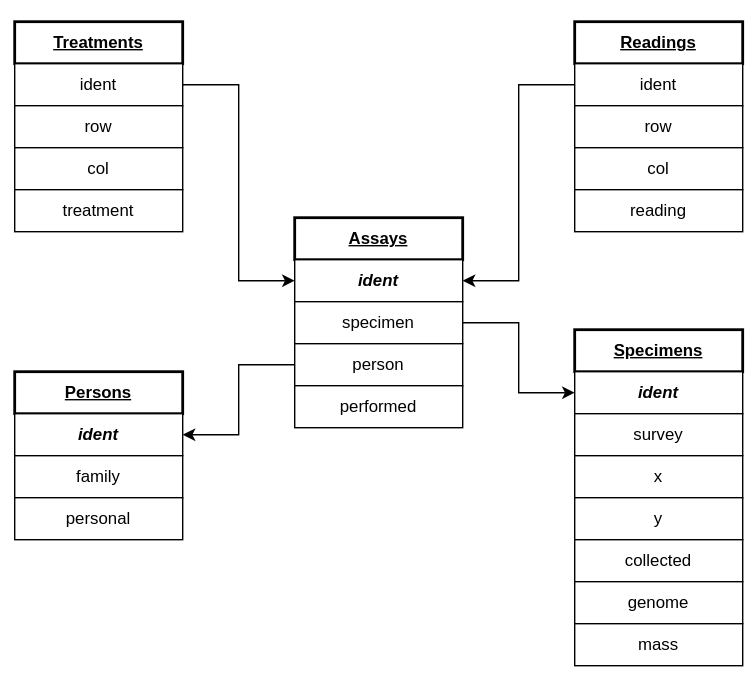
Before: pages/img/schema.svg, a diagram exported from draw.io (gvwilson/snailz). Source tidied: cells renumbered, new cells last; positions are measured from the earlier drawing's top-left corner, leaving out a move shared by most shapes. Source of this version:
```xml
<mxGraphModel>
  <root>
    <mxCell id="0" />
    <mxCell id="1" parent="0" />
    <mxCell id="2" style="rounded=0;whiteSpace=wrap;html=1;strokeColor=none;" parent="1" vertex="1">
      <mxGeometry width="540" height="485" as="geometry" />
    </mxCell>
    <mxCell id="3" value="&lt;b&gt;&lt;u&gt;Persons&lt;/u&gt;&lt;/b&gt;" style="rounded=0;whiteSpace=wrap;html=1;strokeWidth=2;" parent="1" vertex="1">
      <mxGeometry x="10" y="265" width="120" height="30" as="geometry" />
    </mxCell>
    <mxCell id="4" value="&lt;i&gt;&lt;b&gt;ident&lt;/b&gt;&lt;/i&gt;" style="rounded=0;whiteSpace=wrap;html=1;" parent="1" vertex="1">
      <mxGeometry x="10" y="295" width="120" height="30" as="geometry" />
    </mxCell>
    <mxCell id="5" value="family&lt;span style=&quot;color: rgba(0, 0, 0, 0); font-family: monospace; font-size: 0px; text-align: start; text-wrap-mode: nowrap;&quot;&gt;%3CmxGraphModel%3E%3Croot%3E%3CmxCell%20id%3D%220%22%2F%3E%3CmxCell%20id%3D%221%22%20parent%3D%220%22%2F%3E%3CmxCell%20id%3D%222%22%20value%3D%22ident%22%20style%3D%22rounded%3D0%3BwhiteSpace%3Dwrap%3Bhtml%3D1%3B%22%20vertex%3D%221%22%20parent%3D%221%22%3E%3CmxGeometry%20x%3D%22160%22%20y%3D%22150%22%20width%3D%22120%22%20height%3D%2230%22%20as%3D%22geometry%22%2F%3E%3C%2FmxCell%3E%3C%2Froot%3E%3C%2FmxGraphModel%3E&lt;/span&gt;" style="rounded=0;whiteSpace=wrap;html=1;" parent="1" vertex="1">
      <mxGeometry x="10" y="325" width="120" height="30" as="geometry" />
    </mxCell>
    <mxCell id="6" value="personal" style="rounded=0;whiteSpace=wrap;html=1;" parent="1" vertex="1">
      <mxGeometry x="10" y="355" width="120" height="30" as="geometry" />
    </mxCell>
    <mxCell id="7" value="&lt;b&gt;&lt;u&gt;Specimens&lt;/u&gt;&lt;/b&gt;" style="rounded=0;whiteSpace=wrap;html=1;strokeWidth=2;" parent="1" vertex="1">
      <mxGeometry x="410" y="235" width="120" height="30" as="geometry" />
    </mxCell>
    <mxCell id="8" value="&lt;i&gt;&lt;b&gt;ident&lt;/b&gt;&lt;/i&gt;" style="rounded=0;whiteSpace=wrap;html=1;" parent="1" vertex="1">
      <mxGeometry x="410" y="265" width="120" height="30" as="geometry" />
    </mxCell>
    <mxCell id="9" value="survey" style="rounded=0;whiteSpace=wrap;html=1;" parent="1" vertex="1">
      <mxGeometry x="410" y="295" width="120" height="30" as="geometry" />
    </mxCell>
    <mxCell id="10" value="x" style="rounded=0;whiteSpace=wrap;html=1;" parent="1" vertex="1">
      <mxGeometry x="410" y="325" width="120" height="30" as="geometry" />
    </mxCell>
    <mxCell id="11" value="y" style="rounded=0;whiteSpace=wrap;html=1;" parent="1" vertex="1">
      <mxGeometry x="410" y="355" width="120" height="30" as="geometry" />
    </mxCell>
    <mxCell id="12" value="collected" style="rounded=0;whiteSpace=wrap;html=1;" parent="1" vertex="1">
      <mxGeometry x="410" y="385" width="120" height="30" as="geometry" />
    </mxCell>
    <mxCell id="13" value="genome" style="rounded=0;whiteSpace=wrap;html=1;" parent="1" vertex="1">
      <mxGeometry x="410" y="415" width="120" height="30" as="geometry" />
    </mxCell>
    <mxCell id="14" value="mass" style="rounded=0;whiteSpace=wrap;html=1;" parent="1" vertex="1">
      <mxGeometry x="410" y="445" width="120" height="30" as="geometry" />
    </mxCell>
    <mxCell id="15" value="&lt;b&gt;&lt;u&gt;Assays&lt;/u&gt;&lt;/b&gt;" style="rounded=0;whiteSpace=wrap;html=1;strokeWidth=2;" parent="1" vertex="1">
      <mxGeometry x="210" y="155" width="120" height="30" as="geometry" />
    </mxCell>
    <mxCell id="16" value="&lt;i&gt;&lt;b&gt;ident&lt;/b&gt;&lt;/i&gt;" style="rounded=0;whiteSpace=wrap;html=1;" parent="1" vertex="1">
      <mxGeometry x="210" y="185" width="120" height="30" as="geometry" />
    </mxCell>
    <mxCell id="17" value="specimen" style="rounded=0;whiteSpace=wrap;html=1;" parent="1" vertex="1">
      <mxGeometry x="210" y="215" width="120" height="30" as="geometry" />
    </mxCell>
    <mxCell id="18" value="person" style="rounded=0;whiteSpace=wrap;html=1;" parent="1" vertex="1">
      <mxGeometry x="210" y="245" width="120" height="30" as="geometry" />
    </mxCell>
    <mxCell id="19" value="performed" style="rounded=0;whiteSpace=wrap;html=1;" parent="1" vertex="1">
      <mxGeometry x="210" y="275" width="120" height="30" as="geometry" />
    </mxCell>
    <mxCell id="20" style="endArrow=classic;html=1;rounded=0;entryX=0;entryY=0.5;entryDx=0;entryDy=0;exitX=1;exitY=0.5;exitDx=0;exitDy=0;edgeStyle=orthogonalEdgeStyle;" parent="1" edge="1" source="17" target="8">
      <mxGeometry relative="1" as="geometry" />
    </mxCell>
    <mxCell id="21" style="endArrow=classic;html=1;rounded=0;entryX=1;entryY=0.5;entryDx=0;entryDy=0;exitX=0;exitY=0.5;exitDx=0;exitDy=0;edgeStyle=orthogonalEdgeStyle;" parent="1" edge="1" source="18" target="4">
      <mxGeometry relative="1" as="geometry" />
    </mxCell>
    <mxCell id="22" value="&lt;b&gt;&lt;u&gt;Treatments&lt;/u&gt;&lt;/b&gt;" style="rounded=0;whiteSpace=wrap;html=1;strokeWidth=2;" parent="1" vertex="1">
      <mxGeometry x="10" y="15" width="120" height="30" as="geometry" />
    </mxCell>
    <mxCell id="23" value="ident" style="rounded=0;whiteSpace=wrap;html=1;" parent="1" vertex="1">
      <mxGeometry x="10" y="45" width="120" height="30" as="geometry" />
    </mxCell>
    <mxCell id="24" value="row" style="rounded=0;whiteSpace=wrap;html=1;" parent="1" vertex="1">
      <mxGeometry x="10" y="75" width="120" height="30" as="geometry" />
    </mxCell>
    <mxCell id="25" value="col" style="rounded=0;whiteSpace=wrap;html=1;" parent="1" vertex="1">
      <mxGeometry x="10" y="105" width="120" height="30" as="geometry" />
    </mxCell>
    <mxCell id="26" value="treatment" style="rounded=0;whiteSpace=wrap;html=1;" parent="1" vertex="1">
      <mxGeometry x="10" y="135" width="120" height="30" as="geometry" />
    </mxCell>
    <mxCell id="27" value="&lt;b&gt;&lt;u&gt;Readings&lt;/u&gt;&lt;/b&gt;" style="rounded=0;whiteSpace=wrap;html=1;strokeWidth=2;" parent="1" vertex="1">
      <mxGeometry x="410" y="15" width="120" height="30" as="geometry" />
    </mxCell>
    <mxCell id="28" value="ident" style="rounded=0;whiteSpace=wrap;html=1;" parent="1" vertex="1">
      <mxGeometry x="410" y="45" width="120" height="30" as="geometry" />
    </mxCell>
    <mxCell id="29" value="row" style="rounded=0;whiteSpace=wrap;html=1;" parent="1" vertex="1">
      <mxGeometry x="410" y="75" width="120" height="30" as="geometry" />
    </mxCell>
    <mxCell id="30" value="col" style="rounded=0;whiteSpace=wrap;html=1;" parent="1" vertex="1">
      <mxGeometry x="410" y="105" width="120" height="30" as="geometry" />
    </mxCell>
    <mxCell id="31" value="reading" style="rounded=0;whiteSpace=wrap;html=1;" parent="1" vertex="1">
      <mxGeometry x="410" y="135" width="120" height="30" as="geometry" />
    </mxCell>
    <mxCell id="32" style="endArrow=classic;html=1;rounded=0;entryX=1;entryY=0.5;entryDx=0;entryDy=0;exitX=0;exitY=0.5;exitDx=0;exitDy=0;edgeStyle=orthogonalEdgeStyle;" parent="1" edge="1" source="28" target="16">
      <mxGeometry relative="1" as="geometry" />
    </mxCell>
    <mxCell id="33" style="endArrow=classic;html=1;rounded=0;entryX=0;entryY=0.5;entryDx=0;entryDy=0;exitX=1;exitY=0.5;exitDx=0;exitDy=0;edgeStyle=orthogonalEdgeStyle;" parent="1" edge="1" source="23" target="16">
      <mxGeometry relative="1" as="geometry" />
    </mxCell>
  </root>
</mxGraphModel>
```
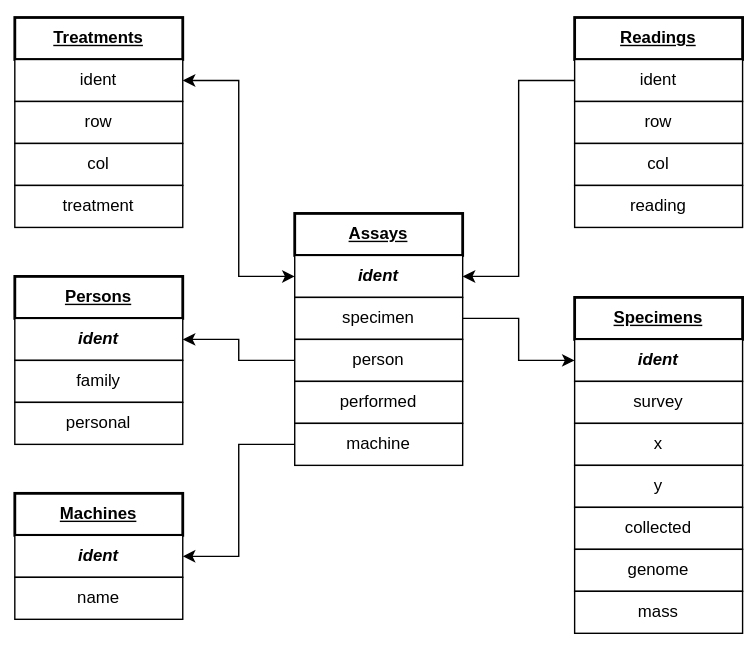
The same diagram one commit later.

What changed in the source:
```diff
@@ -3,43 +3,43 @@
     <mxCell id="0" />
     <mxCell id="1" parent="0" />
     <mxCell id="2" style="rounded=0;whiteSpace=wrap;html=1;strokeColor=none;" parent="1" vertex="1">
-      <mxGeometry width="540" height="485" as="geometry" />
+      <mxGeometry y="2.5" width="540" height="462.5" as="geometry" />
     </mxCell>
     <mxCell id="3" value="&lt;b&gt;&lt;u&gt;Persons&lt;/u&gt;&lt;/b&gt;" style="rounded=0;whiteSpace=wrap;html=1;strokeWidth=2;" parent="1" vertex="1">
-      <mxGeometry x="10" y="265" width="120" height="30" as="geometry" />
+      <mxGeometry x="10" y="200" width="120" height="30" as="geometry" />
     </mxCell>
     <mxCell id="4" value="&lt;i&gt;&lt;b&gt;ident&lt;/b&gt;&lt;/i&gt;" style="rounded=0;whiteSpace=wrap;html=1;" parent="1" vertex="1">
-      <mxGeometry x="10" y="295" width="120" height="30" as="geometry" />
+      <mxGeometry x="10" y="230" width="120" height="30" as="geometry" />
     </mxCell>
     <mxCell id="5" value="family&lt;span style=&quot;color: rgba(0, 0, 0, 0); font-family: monospace; font-size: 0px; text-align: start; text-wrap-mode: nowrap;&quot;&gt;%3CmxGraphModel%3E%3Croot%3E%3CmxCell%20id%3D%220%22%2F%3E%3CmxCell%20id%3D%221%22%20parent%3D%220%22%2F%3E%3CmxCell%20id%3D%222%22%20value%3D%22ident%22%20style%3D%22rounded%3D0%3BwhiteSpace%3Dwrap%3Bhtml%3D1%3B%22%20vertex%3D%221%22%20parent%3D%221%22%3E%3CmxGeometry%20x%3D%22160%22%20y%3D%22150%22%20width%3D%22120%22%20height%3D%2230%22%20as%3D%22geometry%22%2F%3E%3C%2FmxCell%3E%3C%2Froot%3E%3C%2FmxGraphModel%3E&lt;/span&gt;" style="rounded=0;whiteSpace=wrap;html=1;" parent="1" vertex="1">
-      <mxGeometry x="10" y="325" width="120" height="30" as="geometry" />
+      <mxGeometry x="10" y="260" width="120" height="30" as="geometry" />
     </mxCell>
     <mxCell id="6" value="personal" style="rounded=0;whiteSpace=wrap;html=1;" parent="1" vertex="1">
-      <mxGeometry x="10" y="355" width="120" height="30" as="geometry" />
+      <mxGeometry x="10" y="290" width="120" height="30" as="geometry" />
     </mxCell>
     <mxCell id="7" value="&lt;b&gt;&lt;u&gt;Specimens&lt;/u&gt;&lt;/b&gt;" style="rounded=0;whiteSpace=wrap;html=1;strokeWidth=2;" parent="1" vertex="1">
-      <mxGeometry x="410" y="235" width="120" height="30" as="geometry" />
+      <mxGeometry x="410" y="215" width="120" height="30" as="geometry" />
     </mxCell>
     <mxCell id="8" value="&lt;i&gt;&lt;b&gt;ident&lt;/b&gt;&lt;/i&gt;" style="rounded=0;whiteSpace=wrap;html=1;" parent="1" vertex="1">
-      <mxGeometry x="410" y="265" width="120" height="30" as="geometry" />
+      <mxGeometry x="410" y="245" width="120" height="30" as="geometry" />
     </mxCell>
     <mxCell id="9" value="survey" style="rounded=0;whiteSpace=wrap;html=1;" parent="1" vertex="1">
-      <mxGeometry x="410" y="295" width="120" height="30" as="geometry" />
+      <mxGeometry x="410" y="275" width="120" height="30" as="geometry" />
     </mxCell>
     <mxCell id="10" value="x" style="rounded=0;whiteSpace=wrap;html=1;" parent="1" vertex="1">
-      <mxGeometry x="410" y="325" width="120" height="30" as="geometry" />
+      <mxGeometry x="410" y="305" width="120" height="30" as="geometry" />
     </mxCell>
     <mxCell id="11" value="y" style="rounded=0;whiteSpace=wrap;html=1;" parent="1" vertex="1">
-      <mxGeometry x="410" y="355" width="120" height="30" as="geometry" />
+      <mxGeometry x="410" y="335" width="120" height="30" as="geometry" />
     </mxCell>
     <mxCell id="12" value="collected" style="rounded=0;whiteSpace=wrap;html=1;" parent="1" vertex="1">
-      <mxGeometry x="410" y="385" width="120" height="30" as="geometry" />
+      <mxGeometry x="410" y="365" width="120" height="30" as="geometry" />
     </mxCell>
     <mxCell id="13" value="genome" style="rounded=0;whiteSpace=wrap;html=1;" parent="1" vertex="1">
-      <mxGeometry x="410" y="415" width="120" height="30" as="geometry" />
+      <mxGeometry x="410" y="395" width="120" height="30" as="geometry" />
     </mxCell>
     <mxCell id="14" value="mass" style="rounded=0;whiteSpace=wrap;html=1;" parent="1" vertex="1">
-      <mxGeometry x="410" y="445" width="120" height="30" as="geometry" />
+      <mxGeometry x="410" y="425" width="120" height="30" as="geometry" />
     </mxCell>
     <mxCell id="15" value="&lt;b&gt;&lt;u&gt;Assays&lt;/u&gt;&lt;/b&gt;" style="rounded=0;whiteSpace=wrap;html=1;strokeWidth=2;" parent="1" vertex="1">
       <mxGeometry x="210" y="155" width="120" height="30" as="geometry" />
@@ -95,8 +95,23 @@
     <mxCell id="32" style="endArrow=classic;html=1;rounded=0;entryX=1;entryY=0.5;entryDx=0;entryDy=0;exitX=0;exitY=0.5;exitDx=0;exitDy=0;edgeStyle=orthogonalEdgeStyle;" parent="1" edge="1" source="28" target="16">
       <mxGeometry relative="1" as="geometry" />
     </mxCell>
-    <mxCell id="33" style="endArrow=classic;html=1;rounded=0;entryX=0;entryY=0.5;entryDx=0;entryDy=0;exitX=1;exitY=0.5;exitDx=0;exitDy=0;edgeStyle=orthogonalEdgeStyle;" parent="1" edge="1" source="23" target="16">
-      <mxGeometry relative="1" as="geometry" />
-    </mxCell>
+    <mxCell id="34" value="machine" style="rounded=0;whiteSpace=wrap;html=1;" parent="1" vertex="1">
+      <mxGeometry x="210" y="305" width="120" height="30" as="geometry" />
+    </mxCell>
+    <mxCell id="35" value="&lt;b&gt;&lt;u&gt;Machines&lt;/u&gt;&lt;/b&gt;" style="rounded=0;whiteSpace=wrap;html=1;strokeWidth=2;" parent="1" vertex="1">
+      <mxGeometry x="10" y="355" width="120" height="30" as="geometry" />
+    </mxCell>
+    <mxCell id="36" value="&lt;i&gt;&lt;b&gt;ident&lt;/b&gt;&lt;/i&gt;" style="rounded=0;whiteSpace=wrap;html=1;" parent="1" vertex="1">
+      <mxGeometry x="10" y="385" width="120" height="30" as="geometry" />
+    </mxCell>
+    <mxCell id="37" value="name" style="rounded=0;whiteSpace=wrap;html=1;" parent="1" vertex="1">
+      <mxGeometry x="10" y="415" width="120" height="30" as="geometry" />
+    </mxCell>
+    <mxCell id="38" style="endArrow=classic;html=1;rounded=0;entryX=1;entryY=0.5;entryDx=0;entryDy=0;exitX=0;exitY=0.5;exitDx=0;exitDy=0;edgeStyle=orthogonalEdgeStyle;" parent="1" edge="1" source="34" target="36">
+      <mxGeometry relative="1" as="geometry" />
+    </mxCell>
+    <mxCell id="39" style="endArrow=classic;startArrow=classic;html=1;rounded=0;entryX=1;entryY=0.5;entryDx=0;entryDy=0;exitX=0;exitY=0.5;exitDx=0;exitDy=0;edgeStyle=orthogonalEdgeStyle;" parent="1" edge="1" source="16" target="23">
+      <mxGeometry relative="1" as="geometry" />
+    </mxCell>
   </root>
 </mxGraphModel>
```
